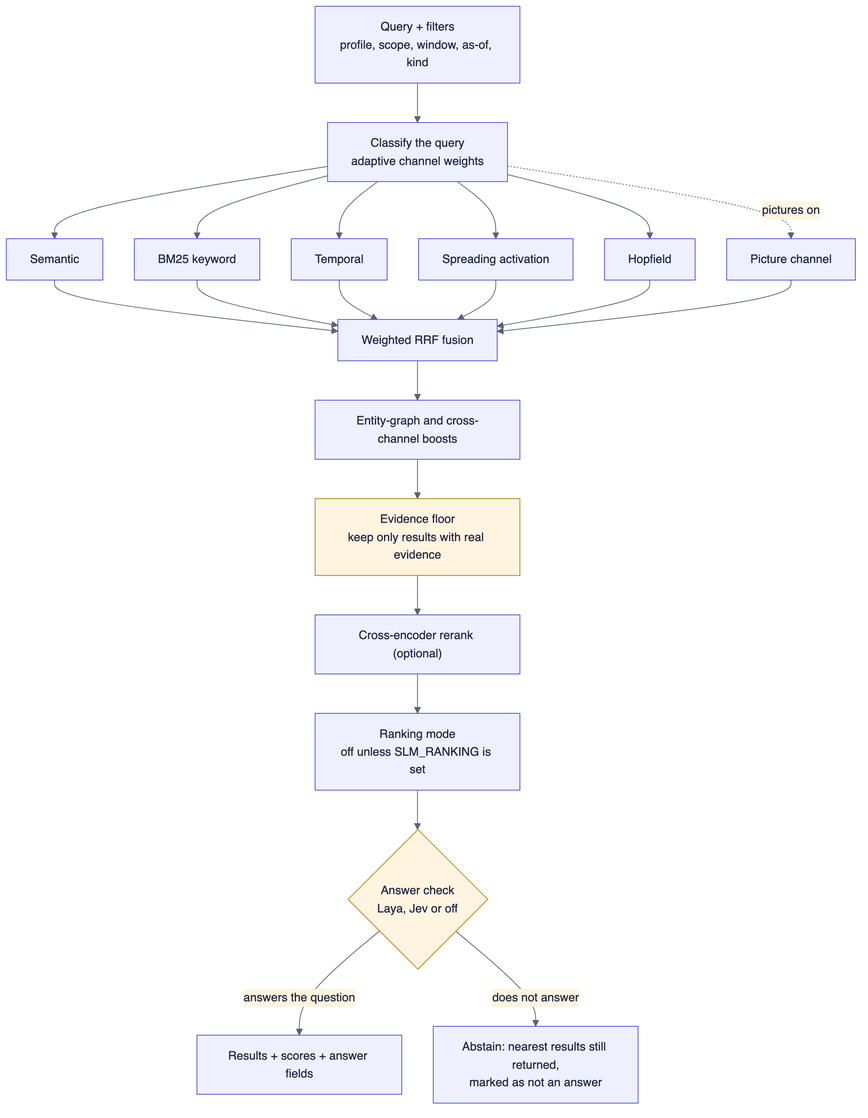
This is wiki-content/images/recall-flow.png from Speekerton/superlocalmemory, a Mermaid export, as it was before one commit. Its source is kept beside it as docs/wiki-diagrams/recall-flow.mmd. Its diagram source:
```mermaid
flowchart TD
    Q["Query + filters<br/>profile, scope, window, as-of, kind"] --> S["Classify the query<br/>adaptive channel weights"]
    S --> P1["Semantic"]
    S --> P2["BM25 keyword"]
    S --> P3["Temporal"]
    S --> P4["Spreading activation"]
    S --> P5["Hopfield"]
    S -.->|"pictures on"| P6["Picture channel"]
    P1 --> F["Weighted RRF fusion"]
    P2 --> F
    P3 --> F
    P4 --> F
    P5 --> F
    P6 --> F
    F --> B["Entity-graph and cross-channel boosts"]
    B --> E["Evidence floor<br/>keep only results with real evidence"]
    E --> R["Cross-encoder rerank (optional)"]
    R --> K["Ranking mode<br/>off unless SLM_RANKING is set"]
    K --> A{"Answer check<br/>Laya, Jev or off"}
    A -->|"answers the question"| OK["Results + scores + answer fields"]
    A -->|"does not answer"| AB["Abstain: nearest results still returned,<br/>marked as not an answer"]
    classDef gate fill:#FFF4E0,stroke:#C27A00,color:#1F2340
    class E,A gate
```
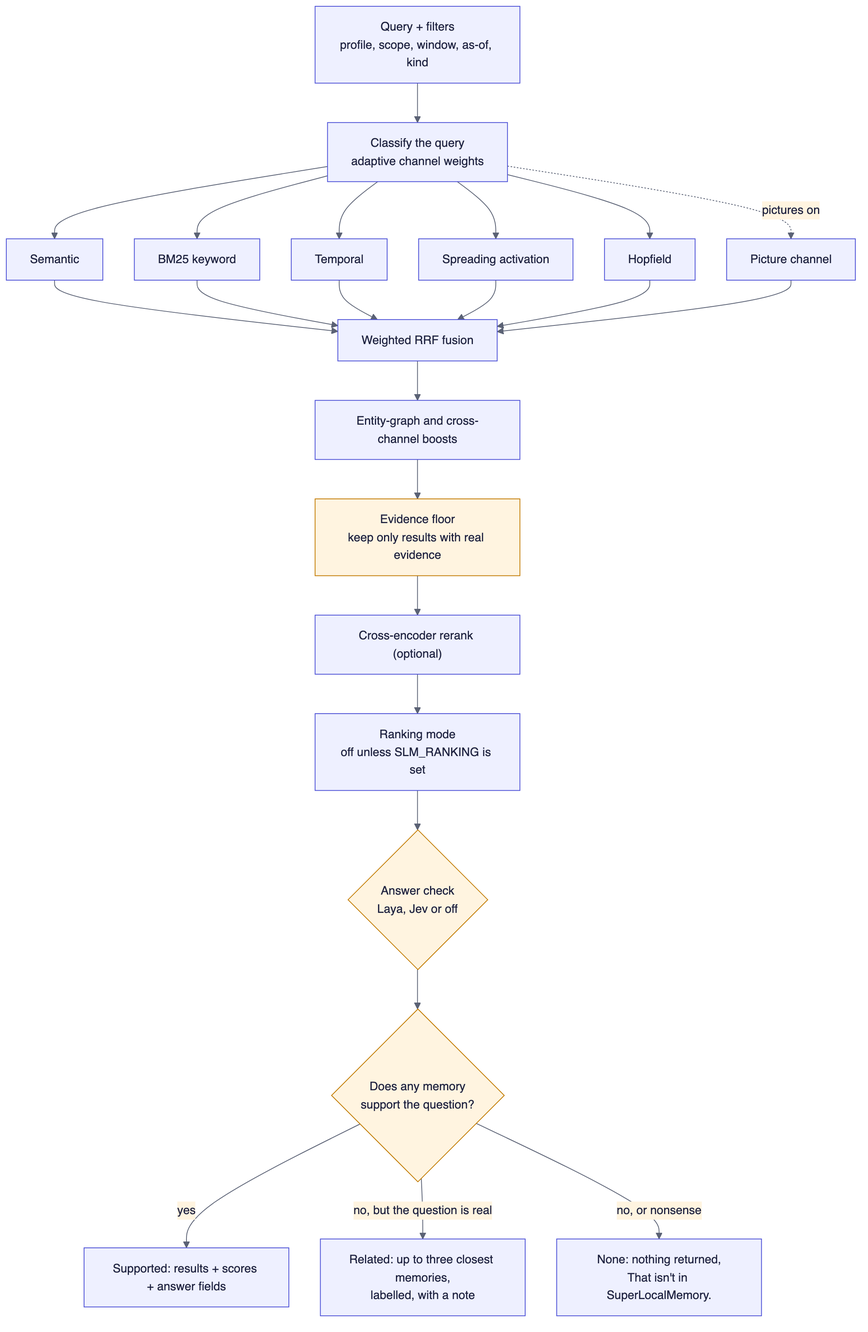
The same diagram one commit later.

The edit, as a diff of the source:
```diff
@@ -17,7 +17,9 @@
     E --> R["Cross-encoder rerank (optional)"]
     R --> K["Ranking mode<br/>off unless SLM_RANKING is set"]
     K --> A{"Answer check<br/>Laya, Jev or off"}
-    A -->|"answers the question"| OK["Results + scores + answer fields"]
-    A -->|"does not answer"| AB["Abstain: nearest results still returned,<br/>marked as not an answer"]
+    A --> G{"Does any memory<br/>support the question?"}
+    G -->|"yes"| OK["Supported: results + scores + answer fields"]
+    G -->|"no, but the question is real"| RL["Related: up to three closest memories,<br/>labelled, with a note"]
+    G -->|"no, or nonsense"| NO["None: nothing returned,<br/>That isn't in SuperLocalMemory."]
     classDef gate fill:#FFF4E0,stroke:#C27A00,color:#1F2340
-    class E,A gate
+    class E,A,G gate
```
